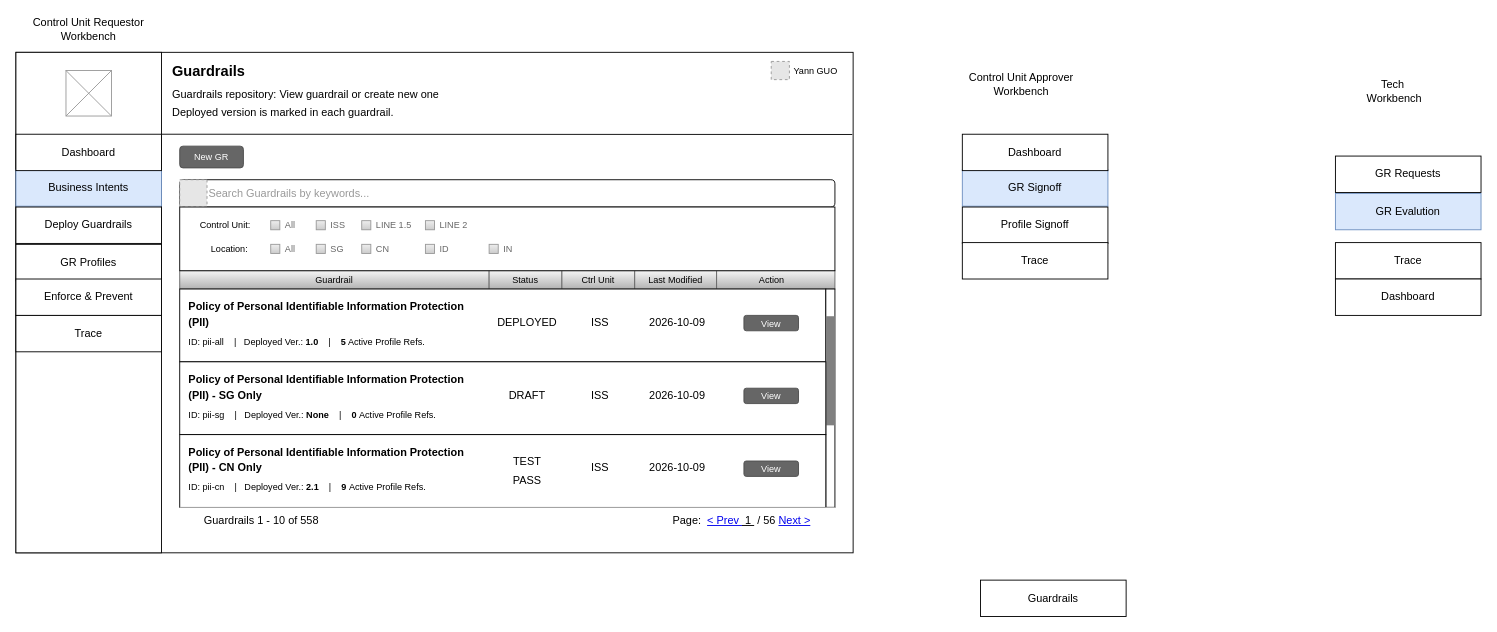
Before: page "ST-GR-Index" (3 of 21) of NMGR.drawio in thinker-g/fx-drive, a draw.io diagram. Source tidied: cells renumbered, new cells numbered last; positions are measured from the earlier drawing's top-left corner, leaving out a move shared by most shapes. Both pictures are drawn from the tidied source at 91%, with x=0, y=0 at pixel (15, 15). Pictures stored in the file or linked from it are replaced by grey dashed boxes.
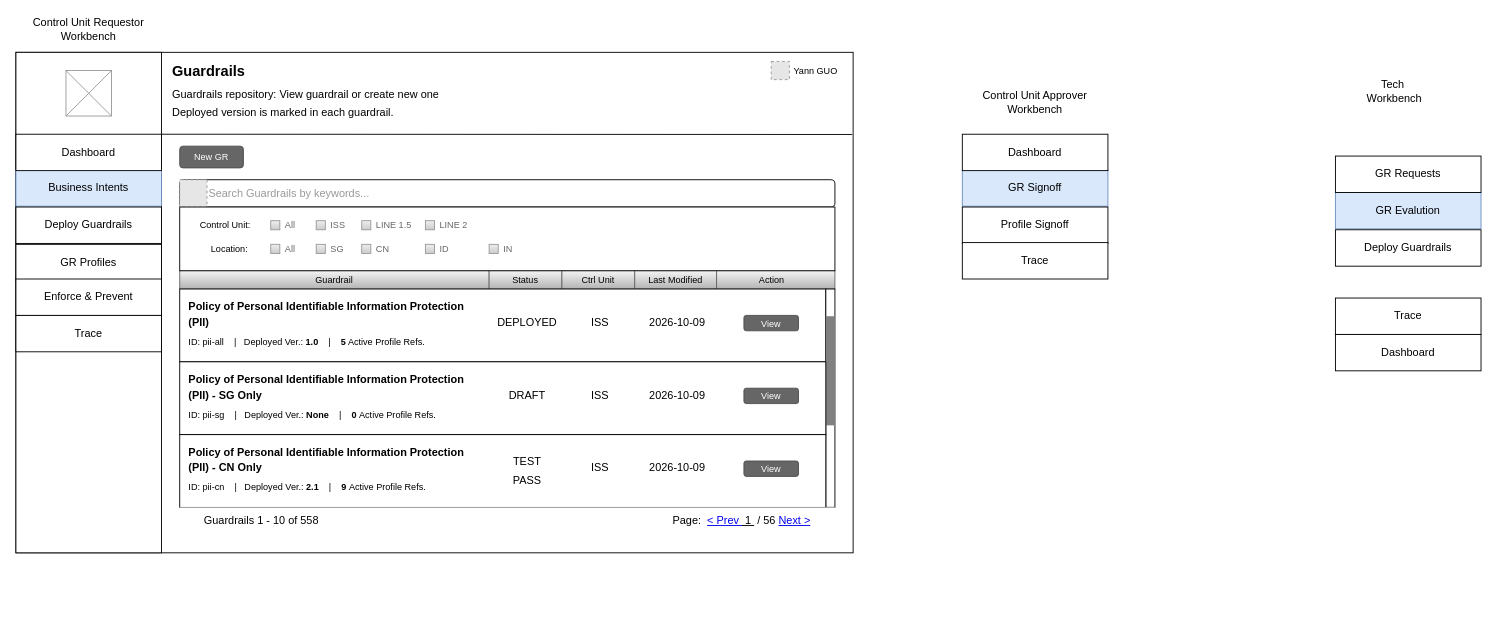
Above is the later version.

What changed in the source:
```diff
@@
-    <mxCell id="64" value="Guardrails" style="rounded=0;whiteSpace=wrap;html=1;" parent="1" vertex="1">
-      <mxGeometry x="1060" y="620" width="160" height="40" as="geometry" />
-    </mxCell>
@@
     <mxCell id="72" value="Control Unit Approver&lt;div&gt;Workbench&lt;/div&gt;" style="text;html=1;whiteSpace=wrap;strokeColor=none;fillColor=none;align=center;verticalAlign=middle;rounded=0;" parent="1" vertex="1">
-      <mxGeometry x="1030" y="60" width="150" height="30" as="geometry" />
+      <mxGeometry x="1045" y="80" width="150" height="30" as="geometry" />
     </mxCell>
@@
     <mxCell id="74" value="GR Evalution" style="rounded=0;whiteSpace=wrap;html=1;fillColor=#dae8fc;strokeColor=#6c8ebf;" parent="1" vertex="1">
-      <mxGeometry x="1450" y="195" width="160" height="40" as="geometry" />
+      <mxGeometry x="1450" y="194" width="160" height="40" as="geometry" />
     </mxCell>
@@
     <mxCell id="76" value="Trace" style="rounded=0;whiteSpace=wrap;html=1;" parent="1" vertex="1">
-      <mxGeometry x="1450" y="249.1" width="160" height="40" as="geometry" />
+      <mxGeometry x="1450" y="310" width="160" height="40" as="geometry" />
     </mxCell>
     <mxCell id="77" value="Dashboard" style="rounded=0;whiteSpace=wrap;html=1;" parent="1" vertex="1">
-      <mxGeometry x="1450" y="289.1" width="160" height="40" as="geometry" />
+      <mxGeometry x="1450" y="350" width="160" height="40" as="geometry" />
     </mxCell>
@@
+    <mxCell id="79" value="Deploy Guardrails" style="rounded=0;whiteSpace=wrap;html=1;" parent="1" vertex="1">
+      <mxGeometry x="1450" y="235" width="160" height="40" as="geometry" />
+    </mxCell>
```
